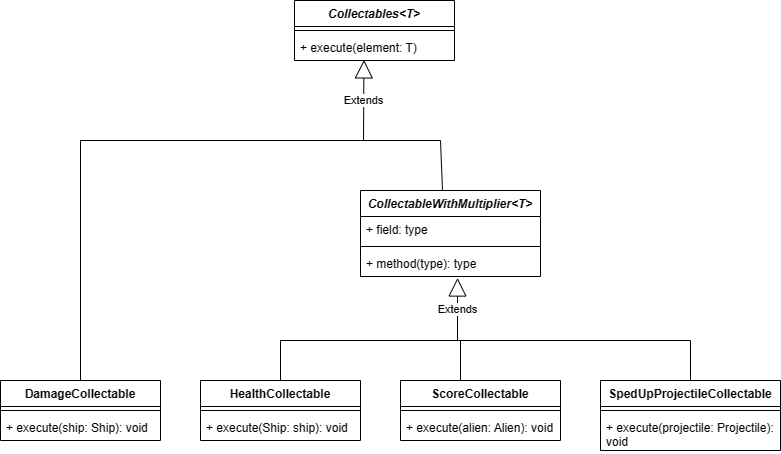
Earlier version of the draw.io export docs/Images_UML/Command_Pattern.png (FEUP-LDTS-2023/project-l04gr03). Source tidied: cells renumbered, new cells last; positions are measured from the earlier drawing's top-left corner, leaving out a move shared by most shapes. The source it was exported from:
```xml
<mxGraphModel>
  <root>
    <mxCell id="0" />
    <mxCell id="1" parent="0" />
    <mxCell id="2" value="&lt;i&gt;Collectables&amp;lt;T&amp;gt;&lt;/i&gt;" style="swimlane;fontStyle=1;align=center;verticalAlign=top;horizontal=1;startSize=26;whiteSpace=wrap;html=1;" parent="1" vertex="1">
      <mxGeometry x="294" width="160" height="60" as="geometry" />
    </mxCell>
    <mxCell id="3" style="line;strokeWidth=1;fillColor=none;align=left;verticalAlign=middle;spacingTop=-1;spacingLeft=3;spacingRight=3;labelPosition=right;strokeColor=inherit;" parent="2" vertex="1">
      <mxGeometry y="26" width="160" height="8" as="geometry" />
    </mxCell>
    <mxCell id="4" value="+ execute(element: T)" style="text;strokeColor=none;fillColor=none;align=left;verticalAlign=top;spacingLeft=4;spacingRight=4;overflow=hidden;points=[[0,0.5],[1,0.5]];portConstraint=eastwest;whiteSpace=wrap;html=1;" parent="2" vertex="1">
      <mxGeometry y="34" width="160" height="26" as="geometry" />
    </mxCell>
    <mxCell id="5" value="DamageCollectable" style="swimlane;fontStyle=1;align=center;verticalAlign=top;horizontal=1;startSize=26;whiteSpace=wrap;html=1;" parent="1" vertex="1">
      <mxGeometry y="380" width="160" height="60" as="geometry" />
    </mxCell>
    <mxCell id="6" style="line;strokeWidth=1;fillColor=none;align=left;verticalAlign=middle;spacingTop=-1;spacingLeft=3;spacingRight=3;labelPosition=right;strokeColor=inherit;" parent="5" vertex="1">
      <mxGeometry y="26" width="160" height="8" as="geometry" />
    </mxCell>
    <mxCell id="7" value="+ execute(ship: Ship): void" style="text;strokeColor=none;fillColor=none;align=left;verticalAlign=top;spacingLeft=4;spacingRight=4;overflow=hidden;whiteSpace=wrap;html=1;" parent="5" vertex="1">
      <mxGeometry y="34" width="160" height="26" as="geometry" />
    </mxCell>
    <mxCell id="8" value="HealthCollectable" style="swimlane;fontStyle=1;align=center;verticalAlign=top;horizontal=1;startSize=26;whiteSpace=wrap;html=1;" parent="1" vertex="1">
      <mxGeometry x="200" y="380" width="160" height="60" as="geometry" />
    </mxCell>
    <mxCell id="9" style="line;strokeWidth=1;fillColor=none;align=left;verticalAlign=middle;spacingTop=-1;spacingLeft=3;spacingRight=3;labelPosition=right;strokeColor=inherit;" parent="8" vertex="1">
      <mxGeometry y="26" width="160" height="8" as="geometry" />
    </mxCell>
    <mxCell id="10" value="+ execute(Ship: ship): void" style="text;strokeColor=none;fillColor=none;align=left;verticalAlign=top;spacingLeft=4;spacingRight=4;overflow=hidden;whiteSpace=wrap;html=1;" parent="8" vertex="1">
      <mxGeometry y="34" width="160" height="26" as="geometry" />
    </mxCell>
    <mxCell id="11" value="ScoreCollectable" style="swimlane;fontStyle=1;align=center;verticalAlign=top;horizontal=1;startSize=26;whiteSpace=wrap;html=1;" parent="1" vertex="1">
      <mxGeometry x="400" y="380" width="160" height="60" as="geometry" />
    </mxCell>
    <mxCell id="12" style="line;strokeWidth=1;fillColor=none;align=left;verticalAlign=middle;spacingTop=-1;spacingLeft=3;spacingRight=3;labelPosition=right;strokeColor=inherit;" parent="11" vertex="1">
      <mxGeometry y="26" width="160" height="8" as="geometry" />
    </mxCell>
    <mxCell id="13" value="+ execute(alien: Alien): void" style="text;strokeColor=none;fillColor=none;align=left;verticalAlign=top;spacingLeft=4;spacingRight=4;overflow=hidden;whiteSpace=wrap;html=1;" parent="11" vertex="1">
      <mxGeometry y="34" width="160" height="26" as="geometry" />
    </mxCell>
    <mxCell id="14" value="SpedUpProjectileCollectable" style="swimlane;fontStyle=1;align=center;verticalAlign=top;horizontal=1;startSize=26;whiteSpace=wrap;html=1;" parent="1" vertex="1">
      <mxGeometry x="600" y="380" width="180" height="70" as="geometry" />
    </mxCell>
    <mxCell id="15" style="line;strokeWidth=1;fillColor=none;align=left;verticalAlign=middle;spacingTop=-1;spacingLeft=3;spacingRight=3;labelPosition=right;strokeColor=inherit;" parent="14" vertex="1">
      <mxGeometry y="26" width="180" height="8" as="geometry" />
    </mxCell>
    <mxCell id="16" value="+ execute(projectile: Projectile): void" style="text;strokeColor=none;fillColor=none;align=left;verticalAlign=top;spacingLeft=4;spacingRight=4;overflow=hidden;whiteSpace=wrap;html=1;" parent="14" vertex="1">
      <mxGeometry y="34" width="180" height="36" as="geometry" />
    </mxCell>
    <mxCell id="17" value="&lt;i&gt;CollectableWithMultiplier&amp;lt;T&amp;gt;&lt;/i&gt;" style="swimlane;fontStyle=1;align=center;verticalAlign=top;horizontal=1;startSize=26;whiteSpace=wrap;html=1;" parent="1" vertex="1">
      <mxGeometry x="360" y="190" width="180" height="86" as="geometry" />
    </mxCell>
    <mxCell id="18" value="+ field: type" style="text;strokeColor=none;fillColor=none;align=left;verticalAlign=top;spacingLeft=4;spacingRight=4;overflow=hidden;whiteSpace=wrap;html=1;" parent="17" vertex="1">
      <mxGeometry y="26" width="180" height="26" as="geometry" />
    </mxCell>
    <mxCell id="19" style="line;strokeWidth=1;fillColor=none;align=left;verticalAlign=middle;spacingTop=-1;spacingLeft=3;spacingRight=3;labelPosition=right;strokeColor=inherit;" parent="17" vertex="1">
      <mxGeometry y="52" width="180" height="8" as="geometry" />
    </mxCell>
    <mxCell id="20" value="+ method(type): type" style="text;strokeColor=none;fillColor=none;align=left;verticalAlign=top;spacingLeft=4;spacingRight=4;overflow=hidden;points=[[0,0.5],[1,0.5]];portConstraint=eastwest;whiteSpace=wrap;html=1;" parent="17" vertex="1">
      <mxGeometry y="60" width="180" height="26" as="geometry" />
    </mxCell>
    <mxCell id="21" value="Extends" style="endArrow=block;endSize=16;endFill=0;html=1;rounded=0;entryX=0.434;entryY=0.977;entryDx=0;entryDy=0;entryPerimeter=0;" parent="1" edge="1" target="4">
      <mxGeometry relative="1" as="geometry">
        <mxPoint x="363" y="140" as="sourcePoint" />
      </mxGeometry>
    </mxCell>
    <mxCell id="22" style="endArrow=none;html=1;rounded=0;" parent="1" edge="1">
      <mxGeometry relative="1" as="geometry">
        <mxPoint x="80" y="140" as="sourcePoint" />
        <mxPoint x="360" y="140" as="targetPoint" />
      </mxGeometry>
    </mxCell>
    <mxCell id="23" style="endArrow=none;html=1;rounded=0;" parent="1" edge="1">
      <mxGeometry relative="1" as="geometry">
        <mxPoint x="360" y="140" as="sourcePoint" />
        <mxPoint x="440" y="140" as="targetPoint" />
      </mxGeometry>
    </mxCell>
    <mxCell id="24" style="endArrow=none;html=1;rounded=0;" parent="1" edge="1">
      <mxGeometry relative="1" as="geometry">
        <mxPoint x="442" y="190" as="sourcePoint" />
        <mxPoint x="440" y="140" as="targetPoint" />
      </mxGeometry>
    </mxCell>
    <mxCell id="25" style="endArrow=none;html=1;rounded=0;exitX=0.5;exitY=0;exitDx=0;exitDy=0;" parent="1" edge="1" source="5">
      <mxGeometry relative="1" as="geometry">
        <mxPoint x="80" y="140" as="targetPoint" />
      </mxGeometry>
    </mxCell>
    <mxCell id="26" value="Extends" style="endArrow=block;endSize=16;endFill=0;html=1;rounded=0;entryX=0.539;entryY=1.058;entryDx=0;entryDy=0;entryPerimeter=0;" parent="1" edge="1" target="20">
      <mxGeometry relative="1" as="geometry">
        <mxPoint x="457" y="340" as="sourcePoint" />
      </mxGeometry>
    </mxCell>
    <mxCell id="27" style="endArrow=none;html=1;rounded=0;" parent="1" edge="1">
      <mxGeometry relative="1" as="geometry">
        <mxPoint x="280" y="340" as="sourcePoint" />
        <mxPoint x="460" y="340" as="targetPoint" />
      </mxGeometry>
    </mxCell>
    <mxCell id="28" style="endArrow=none;html=1;rounded=0;exitX=0.5;exitY=0;exitDx=0;exitDy=0;" parent="1" edge="1" source="8">
      <mxGeometry relative="1" as="geometry">
        <mxPoint x="280" y="340" as="targetPoint" />
      </mxGeometry>
    </mxCell>
    <mxCell id="29" style="endArrow=none;html=1;rounded=0;exitX=0.375;exitY=0;exitDx=0;exitDy=0;exitPerimeter=0;" parent="1" edge="1" source="11">
      <mxGeometry relative="1" as="geometry">
        <mxPoint x="460" y="340" as="targetPoint" />
      </mxGeometry>
    </mxCell>
    <mxCell id="30" style="endArrow=none;html=1;rounded=0;" parent="1" edge="1">
      <mxGeometry relative="1" as="geometry">
        <mxPoint x="460" y="340" as="sourcePoint" />
        <mxPoint x="690" y="340" as="targetPoint" />
      </mxGeometry>
    </mxCell>
    <mxCell id="31" style="endArrow=none;html=1;rounded=0;entryX=0.5;entryY=0;entryDx=0;entryDy=0;" parent="1" edge="1" target="14">
      <mxGeometry relative="1" as="geometry">
        <mxPoint x="690" y="340" as="sourcePoint" />
      </mxGeometry>
    </mxCell>
  </root>
</mxGraphModel>
```
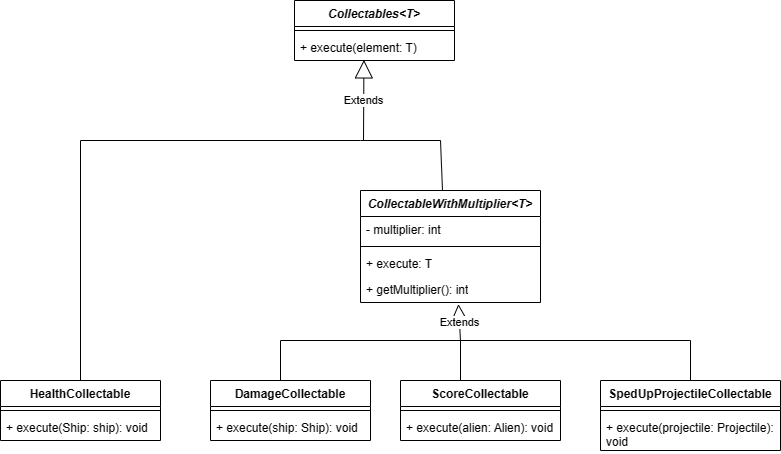
Later version of the same file.

Commit message:
Links to the folders and files added to the report and Command UML fixed

The edit, as a diff of the source:
```diff
@@ -12,7 +12,7 @@
       <mxGeometry y="34" width="160" height="26" as="geometry" />
     </mxCell>
     <mxCell id="5" value="DamageCollectable" style="swimlane;fontStyle=1;align=center;verticalAlign=top;horizontal=1;startSize=26;whiteSpace=wrap;html=1;" parent="1" vertex="1">
-      <mxGeometry y="380" width="160" height="60" as="geometry" />
+      <mxGeometry x="210" y="380" width="160" height="60" as="geometry" />
     </mxCell>
     <mxCell id="6" style="line;strokeWidth=1;fillColor=none;align=left;verticalAlign=middle;spacingTop=-1;spacingLeft=3;spacingRight=3;labelPosition=right;strokeColor=inherit;" parent="5" vertex="1">
       <mxGeometry y="26" width="160" height="8" as="geometry" />
@@ -21,7 +21,7 @@
       <mxGeometry y="34" width="160" height="26" as="geometry" />
     </mxCell>
     <mxCell id="8" value="HealthCollectable" style="swimlane;fontStyle=1;align=center;verticalAlign=top;horizontal=1;startSize=26;whiteSpace=wrap;html=1;" parent="1" vertex="1">
-      <mxGeometry x="200" y="380" width="160" height="60" as="geometry" />
+      <mxGeometry y="380" width="160" height="60" as="geometry" />
     </mxCell>
     <mxCell id="9" style="line;strokeWidth=1;fillColor=none;align=left;verticalAlign=middle;spacingTop=-1;spacingLeft=3;spacingRight=3;labelPosition=right;strokeColor=inherit;" parent="8" vertex="1">
       <mxGeometry y="26" width="160" height="8" as="geometry" />
@@ -48,17 +48,20 @@
       <mxGeometry y="34" width="180" height="36" as="geometry" />
     </mxCell>
     <mxCell id="17" value="&lt;i&gt;CollectableWithMultiplier&amp;lt;T&amp;gt;&lt;/i&gt;" style="swimlane;fontStyle=1;align=center;verticalAlign=top;horizontal=1;startSize=26;whiteSpace=wrap;html=1;" parent="1" vertex="1">
-      <mxGeometry x="360" y="190" width="180" height="86" as="geometry" />
+      <mxGeometry x="360" y="190" width="180" height="112" as="geometry" />
     </mxCell>
-    <mxCell id="18" value="+ field: type" style="text;strokeColor=none;fillColor=none;align=left;verticalAlign=top;spacingLeft=4;spacingRight=4;overflow=hidden;whiteSpace=wrap;html=1;" parent="17" vertex="1">
+    <mxCell id="18" value="- multiplier: int" style="text;strokeColor=none;fillColor=none;align=left;verticalAlign=top;spacingLeft=4;spacingRight=4;overflow=hidden;whiteSpace=wrap;html=1;" parent="17" vertex="1">
       <mxGeometry y="26" width="180" height="26" as="geometry" />
     </mxCell>
     <mxCell id="19" style="line;strokeWidth=1;fillColor=none;align=left;verticalAlign=middle;spacingTop=-1;spacingLeft=3;spacingRight=3;labelPosition=right;strokeColor=inherit;" parent="17" vertex="1">
       <mxGeometry y="52" width="180" height="8" as="geometry" />
     </mxCell>
-    <mxCell id="20" value="+ method(type): type" style="text;strokeColor=none;fillColor=none;align=left;verticalAlign=top;spacingLeft=4;spacingRight=4;overflow=hidden;points=[[0,0.5],[1,0.5]];portConstraint=eastwest;whiteSpace=wrap;html=1;" parent="17" vertex="1">
+    <mxCell id="20" value="+ execute: T" style="text;strokeColor=none;fillColor=none;align=left;verticalAlign=top;spacingLeft=4;spacingRight=4;overflow=hidden;points=[[0,0.5],[1,0.5]];portConstraint=eastwest;whiteSpace=wrap;html=1;" parent="17" vertex="1">
       <mxGeometry y="60" width="180" height="26" as="geometry" />
     </mxCell>
+    <mxCell id="32" value="+ getMultiplier(): int" style="text;strokeColor=none;fillColor=none;align=left;verticalAlign=top;spacingLeft=4;spacingRight=4;overflow=hidden;points=[[0,0.5],[1,0.5]];portConstraint=eastwest;whiteSpace=wrap;html=1;" parent="17" vertex="1">
+      <mxGeometry y="86" width="180" height="26" as="geometry" />
+    </mxCell>
     <mxCell id="21" value="Extends" style="endArrow=block;endSize=16;endFill=0;html=1;rounded=0;entryX=0.434;entryY=0.977;entryDx=0;entryDy=0;entryPerimeter=0;" parent="1" edge="1" target="4">
       <mxGeometry relative="1" as="geometry">
         <mxPoint x="363" y="140" as="sourcePoint" />
@@ -82,24 +85,20 @@
         <mxPoint x="440" y="140" as="targetPoint" />
       </mxGeometry>
     </mxCell>
-    <mxCell id="25" style="endArrow=none;html=1;rounded=0;exitX=0.5;exitY=0;exitDx=0;exitDy=0;" parent="1" edge="1" source="5">
+    <mxCell id="25" style="endArrow=none;html=1;rounded=0;exitX=0.5;exitY=0;exitDx=0;exitDy=0;" parent="1" edge="1" source="8">
       <mxGeometry relative="1" as="geometry">
         <mxPoint x="80" y="140" as="targetPoint" />
       </mxGeometry>
     </mxCell>
-    <mxCell id="26" value="Extends" style="endArrow=block;endSize=16;endFill=0;html=1;rounded=0;entryX=0.539;entryY=1.058;entryDx=0;entryDy=0;entryPerimeter=0;" parent="1" edge="1" target="20">
-      <mxGeometry relative="1" as="geometry">
-        <mxPoint x="457" y="340" as="sourcePoint" />
-      </mxGeometry>
-    </mxCell>
     <mxCell id="27" style="endArrow=none;html=1;rounded=0;" parent="1" edge="1">
       <mxGeometry relative="1" as="geometry">
         <mxPoint x="280" y="340" as="sourcePoint" />
         <mxPoint x="460" y="340" as="targetPoint" />
       </mxGeometry>
     </mxCell>
-    <mxCell id="28" style="endArrow=none;html=1;rounded=0;exitX=0.5;exitY=0;exitDx=0;exitDy=0;" parent="1" edge="1" source="8">
+    <mxCell id="28" style="endArrow=none;html=1;rounded=0;" parent="1" edge="1">
       <mxGeometry relative="1" as="geometry">
+        <mxPoint x="280" y="380" as="sourcePoint" />
         <mxPoint x="280" y="340" as="targetPoint" />
       </mxGeometry>
     </mxCell>
@@ -119,5 +118,10 @@
         <mxPoint x="690" y="340" as="sourcePoint" />
       </mxGeometry>
     </mxCell>
+    <mxCell id="26" value="Extends" style="endArrow=block;endSize=16;endFill=0;html=1;rounded=0;entryX=0.544;entryY=1.062;entryDx=0;entryDy=0;entryPerimeter=0;" parent="1" edge="1" target="32">
+      <mxGeometry relative="1" as="geometry">
+        <mxPoint x="460" y="340" as="sourcePoint" />
+      </mxGeometry>
+    </mxCell>
   </root>
 </mxGraphModel>
```
